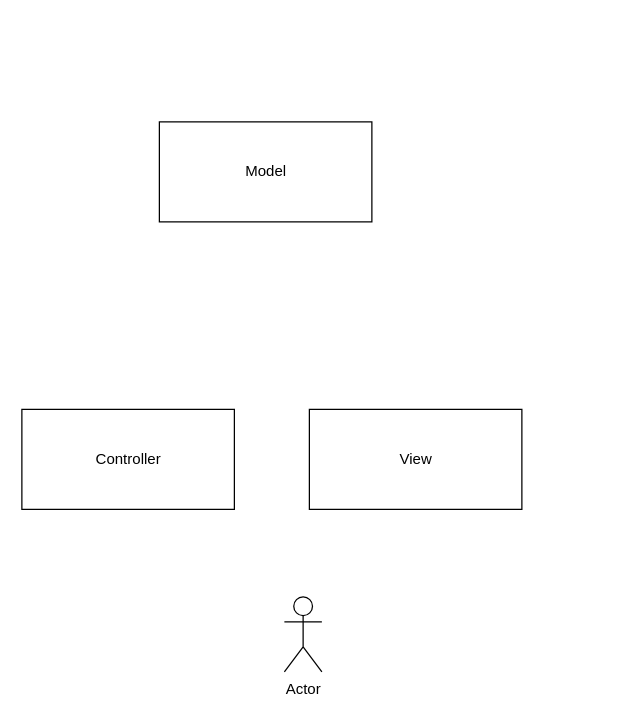
The draw.io diagram page "Page-3" (3 of 7) of Untitled Diagram.drawio in aleude/godkendelsesopgave3, before the edit. Source tidied: cells renumbered, new cells numbered last; positions are measured from the earlier drawing's top-left corner, leaving out a move shared by most shapes. Both pictures are drawn from the tidied source at 125%, with x=0, y=0 at pixel (21, 121).
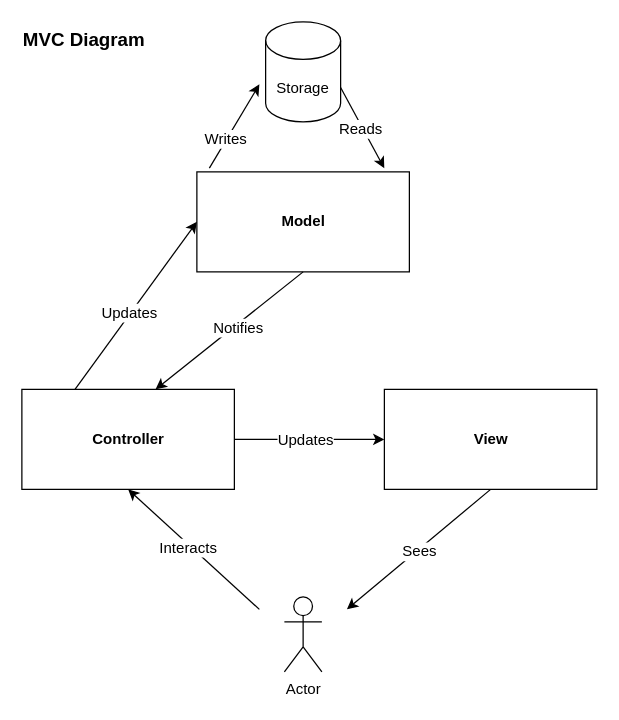
After the change.

The edit, as a diff of the source:
```diff
@@
-    <mxCell id="3" value="Controller" style="html=1;fontSize=12;" parent="1" vertex="1">
-      <mxGeometry y="230" width="170" height="80" as="geometry" />
+    <mxCell id="3" value="&lt;b&gt;Controller&lt;/b&gt;" style="html=1;fontSize=12;" parent="1" vertex="1">
+      <mxGeometry y="214" width="170" height="80" as="geometry" />
     </mxCell>
-    <mxCell id="4" value="View" style="html=1;fontSize=12;" parent="1" vertex="1">
-      <mxGeometry x="230" y="230" width="170" height="80" as="geometry" />
+    <mxCell id="4" value="&lt;b&gt;View&lt;/b&gt;" style="html=1;fontSize=12;" parent="1" vertex="1">
+      <mxGeometry x="290" y="214" width="170" height="80" as="geometry" />
     </mxCell>
-    <mxCell id="5" value="Model" style="html=1;fontSize=12;" parent="1" vertex="1">
-      <mxGeometry x="110" width="170" height="80" as="geometry" />
+    <mxCell id="5" value="&lt;b&gt;Model&lt;/b&gt;" style="html=1;fontSize=12;" parent="1" vertex="1">
+      <mxGeometry x="140" y="40" width="170" height="80" as="geometry" />
     </mxCell>
+    <mxCell id="6" value="Storage" style="shape=cylinder3;whiteSpace=wrap;html=1;boundedLbl=1;backgroundOutline=1;size=15;fontSize=12;" parent="1" vertex="1">
+      <mxGeometry x="195" y="-80" width="60" height="80" as="geometry" />
+    </mxCell>
+    <mxCell id="7" style="endArrow=classic;html=1;fontSize=12;entryX=0.5;entryY=1;entryDx=0;entryDy=0;" parent="1" edge="1" target="3">
+      <mxGeometry relative="1" as="geometry">
+        <mxPoint x="190" y="390" as="sourcePoint" />
+      </mxGeometry>
+    </mxCell>
+    <mxCell id="8" value="Interacts" style="edgeLabel;html=1;align=center;verticalAlign=middle;fontSize=12;" parent="7" vertex="1">
+      <mxGeometry x="0.07" y="2" relative="1" as="geometry" />
+    </mxCell>
+    <mxCell id="9" style="endArrow=classic;html=1;fontSize=12;exitX=0.5;exitY=1;exitDx=0;exitDy=0;" parent="1" edge="1" source="4">
+      <mxGeometry relative="1" as="geometry">
+        <mxPoint x="260" y="390" as="targetPoint" />
+      </mxGeometry>
+    </mxCell>
+    <mxCell id="10" value="Sees" style="edgeLabel;html=1;align=center;verticalAlign=middle;fontSize=12;" parent="9" vertex="1">
+      <mxGeometry x="0.02" y="1" relative="1" as="geometry" />
+    </mxCell>
+    <mxCell id="11" style="endArrow=classic;html=1;fontSize=12;exitX=1;exitY=0.5;exitDx=0;exitDy=0;entryX=0;entryY=0.5;entryDx=0;entryDy=0;" parent="1" edge="1" source="3" target="4">
+      <mxGeometry relative="1" as="geometry" />
+    </mxCell>
+    <mxCell id="12" value="Updates" style="edgeLabel;html=1;align=center;verticalAlign=middle;fontSize=12;" parent="11" vertex="1">
+      <mxGeometry x="-0.07" relative="1" as="geometry" />
+    </mxCell>
+    <mxCell id="13" style="endArrow=classic;html=1;fontSize=12;exitX=0.25;exitY=0;exitDx=0;exitDy=0;entryX=0;entryY=0.5;entryDx=0;entryDy=0;" parent="1" edge="1" source="3" target="5">
+      <mxGeometry relative="1" as="geometry" />
+    </mxCell>
+    <mxCell id="14" value="Updates" style="edgeLabel;html=1;align=center;verticalAlign=middle;fontSize=12;" parent="13" vertex="1">
+      <mxGeometry x="-0.09" y="2" relative="1" as="geometry" />
+    </mxCell>
+    <mxCell id="15" style="endArrow=classic;html=1;fontSize=12;exitX=0.5;exitY=1;exitDx=0;exitDy=0;entryX=0.629;entryY=0;entryDx=0;entryDy=0;entryPerimeter=0;" parent="1" edge="1" source="5" target="3">
+      <mxGeometry relative="1" as="geometry" />
+    </mxCell>
+    <mxCell id="16" value="Notifies" style="edgeLabel;html=1;align=center;verticalAlign=middle;fontSize=12;" parent="15" vertex="1">
+      <mxGeometry x="-0.09" y="2" relative="1" as="geometry" />
+    </mxCell>
+    <mxCell id="17" style="endArrow=classic;html=1;fontSize=12;" parent="1" edge="1">
+      <mxGeometry relative="1" as="geometry">
+        <mxPoint x="150" y="37" as="sourcePoint" />
+        <mxPoint x="190" y="-30" as="targetPoint" />
+      </mxGeometry>
+    </mxCell>
+    <mxCell id="18" value="Writes" style="edgeLabel;html=1;align=center;verticalAlign=middle;fontSize=12;" parent="17" vertex="1">
+      <mxGeometry x="-0.3" y="1" relative="1" as="geometry" />
+    </mxCell>
+    <mxCell id="19" style="endArrow=classic;html=1;fontSize=12;exitX=1;exitY=0;exitDx=0;exitDy=52.5;exitPerimeter=0;entryX=0.882;entryY=-0.037;entryDx=0;entryDy=0;entryPerimeter=0;" parent="1" edge="1" source="6" target="5">
+      <mxGeometry relative="1" as="geometry" />
+    </mxCell>
+    <mxCell id="20" value="Reads" style="edgeLabel;html=1;align=center;verticalAlign=middle;fontSize=12;" parent="19" vertex="1">
+      <mxGeometry x="0.01" y="-2" relative="1" as="geometry" />
+    </mxCell>
+    <mxCell id="21" value="MVC Diagram" style="text;align=center;fontStyle=1;verticalAlign=middle;spacingLeft=3;spacingRight=3;strokeColor=none;fontSize=15;" parent="1" vertex="1">
+      <mxGeometry x="10" y="-80" width="80" height="26" as="geometry" />
+    </mxCell>
```
